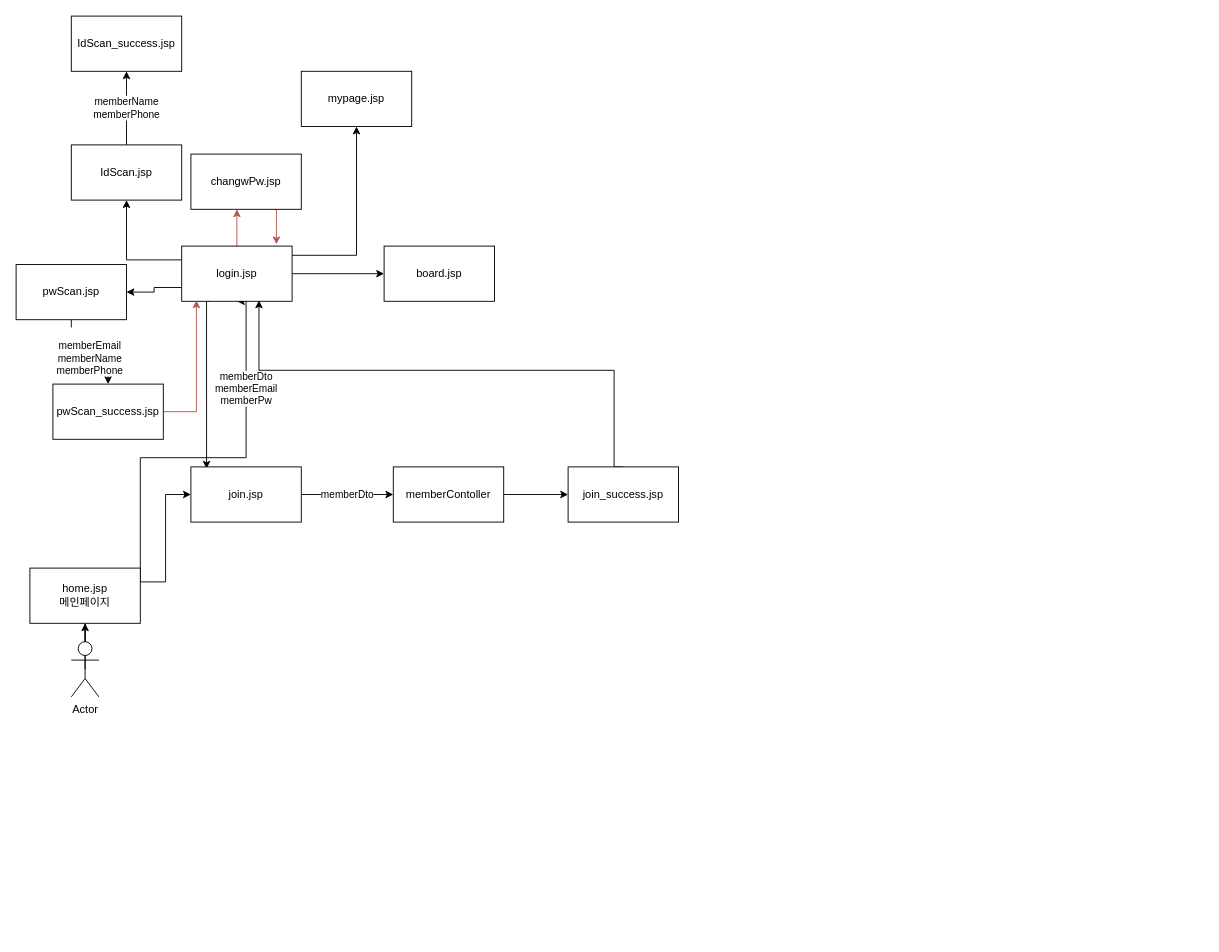
EUIDONGKIM/MovieWorld keeps this draw.io diagram as page "Page-1" (1 of 2) of khFinalproject/src/main/resources/flow_chart/flow.drawio. Above is the earlier version. Source tidied: cells renumbered, new cells numbered last; positions are measured from the earlier drawing's top-left corner, leaving out a move shared by most shapes. Both pictures are drawn from the tidied source at 92%, with x=0, y=0 at pixel (16, 16).
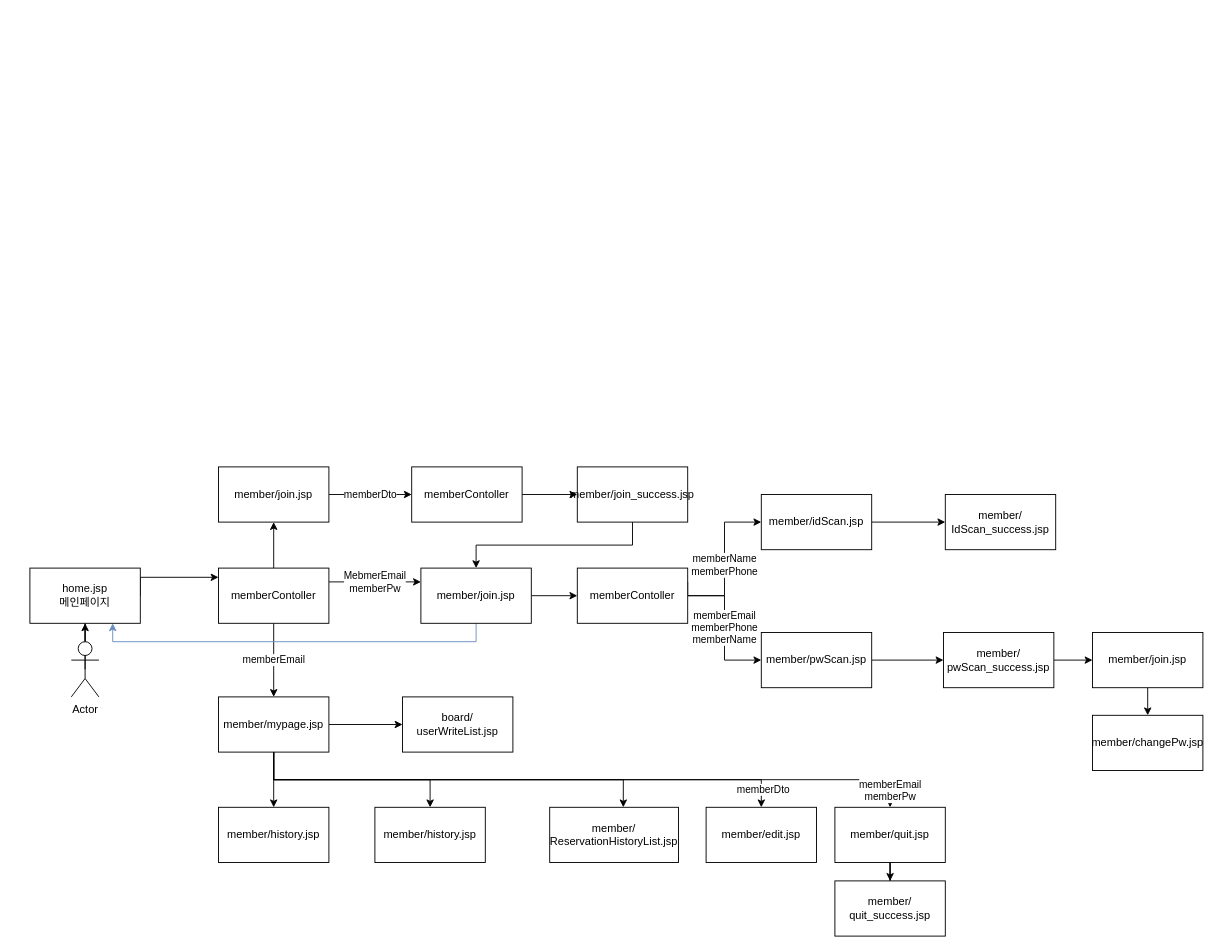
The same page after the edit.

The change refers to these unchanged cells:
```xml
<mxCell id="6" value="home.jsp&lt;br&gt;메인페이지" style="rounded=0;whiteSpace=wrap;html=1;" parent="1" vertex="1">
  <mxGeometry x="15" y="600" width="120" height="60" as="geometry" />
</mxCell>
```

Diff of the diagram source:
```diff
@@
-    <mxCell id="4" value="memberDto&lt;br&gt;memberEmail&lt;br&gt;memberPw" style="edgeStyle=orthogonalEdgeStyle;rounded=0;jettySize=auto;html=1;exitX=1;exitY=0.25;exitDx=0;exitDy=0;entryX=0.5;entryY=1;entryDx=0;entryDy=0;" parent="1" edge="1" source="6" target="13">
-      <mxGeometry x="0.51" relative="1" as="geometry">
-        <Array as="points">
-          <mxPoint x="135" y="480" />
-          <mxPoint x="250" y="480" />
-          <mxPoint x="250" y="310" />
-        </Array>
-      </mxGeometry>
-    </mxCell>
-    <mxCell id="5" style="edgeStyle=orthogonalEdgeStyle;rounded=0;jettySize=auto;html=1;exitX=1;exitY=0.25;exitDx=0;exitDy=0;entryX=0;entryY=0.5;entryDx=0;entryDy=0;" parent="1" edge="1" source="6" target="15">
-      <mxGeometry relative="1" as="geometry" />
-    </mxCell>
+    <mxCell id="31" style="edgeStyle=orthogonalEdgeStyle;rounded=0;jettySize=auto;html=1;exitX=1;exitY=0.5;exitDx=0;exitDy=0;" parent="1" edge="1" source="6" target="36">
+      <mxGeometry relative="1" as="geometry">
+        <Array as="points">
+          <mxPoint x="135" y="610" />
+        </Array>
+      </mxGeometry>
+    </mxCell>
@@
-    <mxCell id="7" style="edgeStyle=orthogonalEdgeStyle;rounded=0;jettySize=auto;html=1;" parent="1" edge="1" source="13" target="20">
-      <mxGeometry relative="1" as="geometry">
-        <Array as="points">
-          <mxPoint x="370" y="260" />
-        </Array>
-      </mxGeometry>
-    </mxCell>
-    <mxCell id="8" style="edgeStyle=orthogonalEdgeStyle;rounded=0;jettySize=auto;html=1;" parent="1" edge="1" source="13" target="21">
-      <mxGeometry relative="1" as="geometry" />
-    </mxCell>
-    <mxCell id="9" style="edgeStyle=orthogonalEdgeStyle;rounded=0;jettySize=auto;html=1;exitX=0.25;exitY=1;exitDx=0;exitDy=0;entryX=0.142;entryY=0.033;entryDx=0;entryDy=0;entryPerimeter=0;" parent="1" edge="1" source="13" target="15">
-      <mxGeometry relative="1" as="geometry">
-        <Array as="points">
-          <mxPoint x="207" y="310" />
-        </Array>
-      </mxGeometry>
-    </mxCell>
-    <mxCell id="10" style="edgeStyle=orthogonalEdgeStyle;rounded=0;jettySize=auto;html=1;exitX=0;exitY=0.25;exitDx=0;exitDy=0;" parent="1" edge="1" source="13" target="23">
-      <mxGeometry relative="1" as="geometry" />
-    </mxCell>
-    <mxCell id="11" style="edgeStyle=orthogonalEdgeStyle;rounded=0;jettySize=auto;html=1;exitX=0;exitY=0.75;exitDx=0;exitDy=0;" parent="1" edge="1" source="13" target="25">
-      <mxGeometry relative="1" as="geometry" />
-    </mxCell>
-    <mxCell id="12" style="edgeStyle=orthogonalEdgeStyle;rounded=0;jettySize=auto;html=1;exitX=0.5;exitY=0;exitDx=0;exitDy=0;fillColor=#f8cecc;strokeColor=#b85450;" parent="1" edge="1" source="13">
-      <mxGeometry relative="1" as="geometry">
-        <mxPoint x="240" y="210" as="targetPoint" />
-      </mxGeometry>
-    </mxCell>
-    <mxCell id="13" value="login.jsp" style="rounded=0;whiteSpace=wrap;html=1;" parent="1" vertex="1">
-      <mxGeometry x="180" y="250" width="120" height="60" as="geometry" />
-    </mxCell>
@@
-    <mxCell id="15" value="join.jsp" style="rounded=0;whiteSpace=wrap;html=1;" parent="1" vertex="1">
-      <mxGeometry x="190" y="490" width="120" height="60" as="geometry" />
+    <mxCell id="15" value="member/join.jsp" style="rounded=0;whiteSpace=wrap;html=1;" parent="1" vertex="1">
+      <mxGeometry x="220" y="490" width="120" height="60" as="geometry" />
     </mxCell>
@@
     <mxCell id="17" value="memberContoller" style="whiteSpace=wrap;html=1;rounded=0;" parent="1" vertex="1">
-      <mxGeometry x="410" y="490" width="120" height="60" as="geometry" />
+      <mxGeometry x="430" y="490" width="120" height="60" as="geometry" />
     </mxCell>
-    <mxCell id="18" style="edgeStyle=orthogonalEdgeStyle;rounded=0;jettySize=auto;html=1;exitX=0.5;exitY=0;exitDx=0;exitDy=0;entryX=0.7;entryY=0.983;entryDx=0;entryDy=0;entryPerimeter=0;" parent="1" edge="1" source="19" target="13">
-      <mxGeometry relative="1" as="geometry">
-        <Array as="points">
-          <mxPoint x="650" y="385" />
-          <mxPoint x="264" y="385" />
-        </Array>
-      </mxGeometry>
-    </mxCell>
+    <mxCell id="32" style="edgeStyle=orthogonalEdgeStyle;rounded=0;jettySize=auto;html=1;exitX=0.5;exitY=1;exitDx=0;exitDy=0;entryX=0.5;entryY=0;entryDx=0;entryDy=0;" parent="1" edge="1" source="19" target="39">
+      <mxGeometry relative="1" as="geometry" />
+    </mxCell>
-    <mxCell id="19" value="join_success.jsp" style="whiteSpace=wrap;html=1;rounded=0;" parent="1" vertex="1">
-      <mxGeometry x="600" y="490" width="120" height="60" as="geometry" />
+    <mxCell id="19" value="member/join_success.jsp" style="whiteSpace=wrap;html=1;rounded=0;" parent="1" vertex="1">
+      <mxGeometry x="610" y="490" width="120" height="60" as="geometry" />
     </mxCell>
-    <mxCell id="20" value="mypage.jsp" style="whiteSpace=wrap;html=1;rounded=0;" parent="1" vertex="1">
-      <mxGeometry x="310" y="60" width="120" height="60" as="geometry" />
-    </mxCell>
-    <mxCell id="21" value="board.jsp" style="whiteSpace=wrap;html=1;rounded=0;" parent="1" vertex="1">
-      <mxGeometry x="400" y="250" width="120" height="60" as="geometry" />
-    </mxCell>
+    <mxCell id="33" style="edgeStyle=orthogonalEdgeStyle;rounded=0;jettySize=auto;html=1;exitX=0.5;exitY=0;exitDx=0;exitDy=0;entryX=0.5;entryY=1;entryDx=0;entryDy=0;" parent="1" edge="1" source="36" target="15">
+      <mxGeometry relative="1" as="geometry" />
+    </mxCell>
+    <mxCell id="34" value="MebmerEmail&lt;br&gt;memberPw" style="edgeStyle=orthogonalEdgeStyle;rounded=0;jettySize=auto;html=1;exitX=1;exitY=0.25;exitDx=0;exitDy=0;entryX=0;entryY=0.25;entryDx=0;entryDy=0;" parent="1" edge="1" source="36" target="39">
+      <mxGeometry relative="1" as="geometry" />
+    </mxCell>
+    <mxCell id="35" value="memberEmail" style="edgeStyle=orthogonalEdgeStyle;rounded=0;jettySize=auto;html=1;" parent="1" edge="1" source="36" target="56">
+      <mxGeometry relative="1" as="geometry" />
+    </mxCell>
+    <mxCell id="36" value="memberContoller" style="whiteSpace=wrap;html=1;rounded=0;" parent="1" vertex="1">
+      <mxGeometry x="220" y="600" width="120" height="60" as="geometry" />
+    </mxCell>
+    <mxCell id="37" style="edgeStyle=orthogonalEdgeStyle;rounded=0;jettySize=auto;html=1;exitX=0.5;exitY=1;exitDx=0;exitDy=0;entryX=0.75;entryY=1;entryDx=0;entryDy=0;fillColor=#dae8fc;strokeColor=#6c8ebf;" parent="1" edge="1" source="39" target="6">
+      <mxGeometry relative="1" as="geometry" />
+    </mxCell>
+    <mxCell id="38" style="edgeStyle=orthogonalEdgeStyle;rounded=0;jettySize=auto;html=1;exitX=1;exitY=0.5;exitDx=0;exitDy=0;entryX=0;entryY=0.5;entryDx=0;entryDy=0;" parent="1" edge="1" source="39" target="41">
+      <mxGeometry relative="1" as="geometry" />
+    </mxCell>
+    <mxCell id="39" value="&lt;span&gt;member/join.jsp&lt;/span&gt;" style="rounded=0;whiteSpace=wrap;html=1;" parent="1" vertex="1">
+      <mxGeometry x="440" y="600" width="120" height="60" as="geometry" />
+    </mxCell>
-    <mxCell id="22" value="memberName&lt;br&gt;memberPhone" style="edgeStyle=orthogonalEdgeStyle;rounded=0;jettySize=auto;html=1;" parent="1" edge="1" source="23" target="26">
-      <mxGeometry relative="1" as="geometry" />
+    <mxCell id="22" value="memberName&lt;br&gt;memberPhone" style="edgeStyle=orthogonalEdgeStyle;rounded=0;jettySize=auto;html=1;exitX=1;exitY=0.25;exitDx=0;exitDy=0;entryX=0;entryY=0.5;entryDx=0;entryDy=0;" parent="1" edge="1" source="41" target="43">
+      <mxGeometry relative="1" as="geometry">
+        <Array as="points">
+          <mxPoint x="730" y="630" />
+          <mxPoint x="770" y="630" />
+          <mxPoint x="770" y="550" />
+        </Array>
+      </mxGeometry>
     </mxCell>
-    <mxCell id="23" value="IdScan.jsp" style="rounded=0;whiteSpace=wrap;html=1;" parent="1" vertex="1">
-      <mxGeometry x="60" y="140" width="120" height="60" as="geometry" />
-    </mxCell>
-    <mxCell id="24" value="&lt;br&gt;memberEmail&lt;br&gt;&lt;span style=&quot;color: rgb(0 , 0 , 0) ; font-family: &amp;#34;helvetica&amp;#34; ; font-size: 11px ; font-style: normal ; font-weight: 400 ; letter-spacing: normal ; text-align: center ; text-indent: 0px ; text-transform: none ; word-spacing: 0px ; background-color: rgb(255 , 255 , 255) ; display: inline ; float: none&quot;&gt;memberName&lt;/span&gt;&lt;br style=&quot;color: rgb(0 , 0 , 0) ; font-family: &amp;#34;helvetica&amp;#34; ; font-size: 11px ; font-style: normal ; font-weight: 400 ; letter-spacing: normal ; text-align: center ; text-indent: 0px ; text-transform: none ; word-spacing: 0px&quot;&gt;&lt;span style=&quot;color: rgb(0 , 0 , 0) ; font-family: &amp;#34;helvetica&amp;#34; ; font-size: 11px ; font-style: normal ; font-weight: 400 ; letter-spacing: normal ; text-align: center ; text-indent: 0px ; text-transform: none ; word-spacing: 0px ; background-color: rgb(255 , 255 , 255) ; display: inline ; float: none&quot;&gt;memberPhone&lt;/span&gt;&lt;br&gt;" style="edgeStyle=orthogonalEdgeStyle;rounded=0;jettySize=auto;html=1;" parent="1" edge="1" source="25" target="28">
-      <mxGeometry relative="1" as="geometry" />
-    </mxCell>
-    <mxCell id="25" value="pwScan.jsp&lt;br&gt;" style="rounded=0;whiteSpace=wrap;html=1;" parent="1" vertex="1">
-      <mxGeometry y="270" width="120" height="60" as="geometry" />
-    </mxCell>
-    <mxCell id="26" value="IdScan_success.jsp" style="rounded=0;whiteSpace=wrap;html=1;" parent="1" vertex="1">
-      <mxGeometry x="60" width="120" height="60" as="geometry" />
-    </mxCell>
-    <mxCell id="27" style="edgeStyle=orthogonalEdgeStyle;rounded=0;jettySize=auto;html=1;exitX=1;exitY=0.5;exitDx=0;exitDy=0;entryX=0.133;entryY=0.983;entryDx=0;entryDy=0;entryPerimeter=0;fillColor=#f8cecc;strokeColor=#b85450;" parent="1" edge="1" source="28" target="13">
-      <mxGeometry relative="1" as="geometry" />
-    </mxCell>
-    <mxCell id="28" value="pwScan_success.jsp" style="rounded=0;whiteSpace=wrap;html=1;" parent="1" vertex="1">
-      <mxGeometry x="40" y="400" width="120" height="60" as="geometry" />
-    </mxCell>
-    <mxCell id="29" style="edgeStyle=orthogonalEdgeStyle;rounded=0;jettySize=auto;html=1;exitX=0.75;exitY=1;exitDx=0;exitDy=0;entryX=0.858;entryY=-0.033;entryDx=0;entryDy=0;entryPerimeter=0;fillColor=#f8cecc;strokeColor=#b85450;" parent="1" edge="1" source="30" target="13">
-      <mxGeometry relative="1" as="geometry" />
-    </mxCell>
-    <mxCell id="30" value="changwPw.jsp" style="rounded=0;whiteSpace=wrap;html=1;" parent="1" vertex="1">
-      <mxGeometry x="190" y="150" width="120" height="60" as="geometry" />
-    </mxCell>
+    <mxCell id="40" value="memberEmail&lt;br&gt;memberPhone&lt;br&gt;memberName" style="edgeStyle=orthogonalEdgeStyle;rounded=0;jettySize=auto;html=1;exitX=1;exitY=0.5;exitDx=0;exitDy=0;entryX=0;entryY=0.5;entryDx=0;entryDy=0;" parent="1" edge="1" source="41" target="45">
+      <mxGeometry relative="1" as="geometry" />
+    </mxCell>
+    <mxCell id="41" value="memberContoller" style="whiteSpace=wrap;html=1;rounded=0;" parent="1" vertex="1">
+      <mxGeometry x="610" y="600" width="120" height="60" as="geometry" />
+    </mxCell>
+    <mxCell id="42" style="edgeStyle=orthogonalEdgeStyle;rounded=0;jettySize=auto;html=1;" parent="1" edge="1" source="43" target="46">
+      <mxGeometry relative="1" as="geometry" />
+    </mxCell>
+    <mxCell id="43" value="&lt;span&gt;member/idScan.jsp&lt;/span&gt;" style="rounded=0;whiteSpace=wrap;html=1;" parent="1" vertex="1">
+      <mxGeometry x="810" y="520" width="120" height="60" as="geometry" />
+    </mxCell>
+    <mxCell id="44" style="edgeStyle=orthogonalEdgeStyle;rounded=0;jettySize=auto;html=1;" parent="1" edge="1" source="45" target="48">
+      <mxGeometry relative="1" as="geometry" />
+    </mxCell>
+    <mxCell id="45" value="&lt;span&gt;member/pwScan.jsp&lt;/span&gt;" style="rounded=0;whiteSpace=wrap;html=1;" parent="1" vertex="1">
+      <mxGeometry x="810" y="670" width="120" height="60" as="geometry" />
+    </mxCell>
+    <mxCell id="46" value="member/&lt;br&gt;IdScan_success.jsp" style="rounded=0;whiteSpace=wrap;html=1;" parent="1" vertex="1">
+      <mxGeometry x="1010" y="520" width="120" height="60" as="geometry" />
+    </mxCell>
+    <mxCell id="47" style="edgeStyle=orthogonalEdgeStyle;rounded=0;jettySize=auto;html=1;exitX=1;exitY=0.5;exitDx=0;exitDy=0;entryX=0;entryY=0.5;entryDx=0;entryDy=0;" parent="1" edge="1" source="48" target="66">
+      <mxGeometry relative="1" as="geometry" />
+    </mxCell>
+    <mxCell id="48" value="member/&lt;br&gt;pwScan_success.jsp" style="rounded=0;whiteSpace=wrap;html=1;" parent="1" vertex="1">
+      <mxGeometry x="1008" y="670" width="120" height="60" as="geometry" />
+    </mxCell>
+    <mxCell id="49" style="edgeStyle=orthogonalEdgeStyle;rounded=0;jettySize=auto;html=1;" parent="1" edge="1" source="56" target="57">
+      <mxGeometry relative="1" as="geometry" />
+    </mxCell>
+    <mxCell id="50" style="edgeStyle=orthogonalEdgeStyle;rounded=0;jettySize=auto;html=1;exitX=0.5;exitY=1;exitDx=0;exitDy=0;entryX=0.5;entryY=0;entryDx=0;entryDy=0;" parent="1" edge="1" source="56" target="58">
+      <mxGeometry relative="1" as="geometry" />
+    </mxCell>
+    <mxCell id="51" style="edgeStyle=orthogonalEdgeStyle;rounded=0;jettySize=auto;html=1;" parent="1" edge="1" source="56" target="59">
+      <mxGeometry relative="1" as="geometry">
+        <Array as="points">
+          <mxPoint x="280" y="830" />
+          <mxPoint x="660" y="830" />
+        </Array>
+      </mxGeometry>
+    </mxCell>
+    <mxCell id="52" style="edgeStyle=orthogonalEdgeStyle;rounded=0;jettySize=auto;html=1;" parent="1" edge="1" source="56" target="60">
+      <mxGeometry relative="1" as="geometry">
+        <Array as="points">
+          <mxPoint x="280" y="830" />
+          <mxPoint x="810" y="830" />
+        </Array>
+      </mxGeometry>
+    </mxCell>
+    <mxCell id="53" value="memberDto" style="edgeLabel;html=1;align=center;verticalAlign=middle;" parent="52" vertex="1">
+      <mxGeometry x="0.77" y="-3" relative="1" as="geometry">
+        <mxPoint x="39" y="7" as="offset" />
+      </mxGeometry>
+    </mxCell>
+    <mxCell id="54" value="memberEmail&lt;br&gt;memberPw" style="edgeStyle=orthogonalEdgeStyle;rounded=0;jettySize=auto;html=1;exitX=0.5;exitY=1;exitDx=0;exitDy=0;" parent="1" edge="1" source="56" target="62">
+      <mxGeometry x="0.95" relative="1" as="geometry" />
+    </mxCell>
+    <mxCell id="55" style="edgeStyle=orthogonalEdgeStyle;rounded=0;jettySize=auto;html=1;" parent="1" edge="1" source="56" target="68">
+      <mxGeometry relative="1" as="geometry" />
+    </mxCell>
+    <mxCell id="56" value="member/mypage.jsp" style="whiteSpace=wrap;html=1;rounded=0;" parent="1" vertex="1">
+      <mxGeometry x="220" y="740" width="120" height="60" as="geometry" />
+    </mxCell>
+    <mxCell id="57" value="member/history.jsp" style="rounded=0;whiteSpace=wrap;html=1;" parent="1" vertex="1">
+      <mxGeometry x="220" y="860" width="120" height="60" as="geometry" />
+    </mxCell>
+    <mxCell id="58" value="member/history.jsp" style="rounded=0;whiteSpace=wrap;html=1;" parent="1" vertex="1">
+      <mxGeometry x="390" y="860" width="120" height="60" as="geometry" />
+    </mxCell>
+    <mxCell id="59" value="member/&lt;br&gt;ReservationHistoryList.jsp" style="whiteSpace=wrap;html=1;rounded=0;" parent="1" vertex="1">
+      <mxGeometry x="580" y="860" width="140" height="60" as="geometry" />
+    </mxCell>
+    <mxCell id="60" value="member/edit.jsp" style="whiteSpace=wrap;html=1;rounded=0;" parent="1" vertex="1">
+      <mxGeometry x="750" y="860" width="120" height="60" as="geometry" />
+    </mxCell>
+    <mxCell id="61" style="edgeStyle=orthogonalEdgeStyle;rounded=0;jettySize=auto;html=1;" parent="1" edge="1" source="62" target="63">
+      <mxGeometry relative="1" as="geometry" />
+    </mxCell>
+    <mxCell id="62" value="member/quit.jsp" style="whiteSpace=wrap;html=1;rounded=0;" parent="1" vertex="1">
+      <mxGeometry x="890" y="860" width="120" height="60" as="geometry" />
+    </mxCell>
+    <mxCell id="63" value="member/&lt;br&gt;quit_success.jsp" style="whiteSpace=wrap;html=1;rounded=0;" parent="1" vertex="1">
+      <mxGeometry x="890" y="940" width="120" height="60" as="geometry" />
+    </mxCell>
+    <mxCell id="64" style="edgeStyle=orthogonalEdgeStyle;rounded=0;orthogonalLoop=1;jettySize=auto;html=1;exitX=0.5;exitY=1;exitDx=0;exitDy=0;" parent="1" edge="1" source="48" target="48">
+      <mxGeometry relative="1" as="geometry" />
+    </mxCell>
+    <mxCell id="65" style="edgeStyle=orthogonalEdgeStyle;rounded=0;jettySize=auto;html=1;exitX=0.5;exitY=1;exitDx=0;exitDy=0;" parent="1" edge="1" source="66">
+      <mxGeometry relative="1" as="geometry">
+        <mxPoint x="1230" y="760" as="targetPoint" />
+      </mxGeometry>
+    </mxCell>
+    <mxCell id="66" value="&lt;span&gt;member/join.jsp&lt;/span&gt;" style="rounded=0;whiteSpace=wrap;html=1;" parent="1" vertex="1">
+      <mxGeometry x="1170" y="670" width="120" height="60" as="geometry" />
+    </mxCell>
+    <mxCell id="67" value="&lt;span&gt;member/changePw.jsp&lt;/span&gt;" style="rounded=0;whiteSpace=wrap;html=1;" parent="1" vertex="1">
+      <mxGeometry x="1170" y="760" width="120" height="60" as="geometry" />
+    </mxCell>
+    <mxCell id="68" value="board/&lt;br&gt;userWriteList.jsp" style="whiteSpace=wrap;html=1;rounded=0;" parent="1" vertex="1">
+      <mxGeometry x="420" y="740" width="120" height="60" as="geometry" />
+    </mxCell>
```
